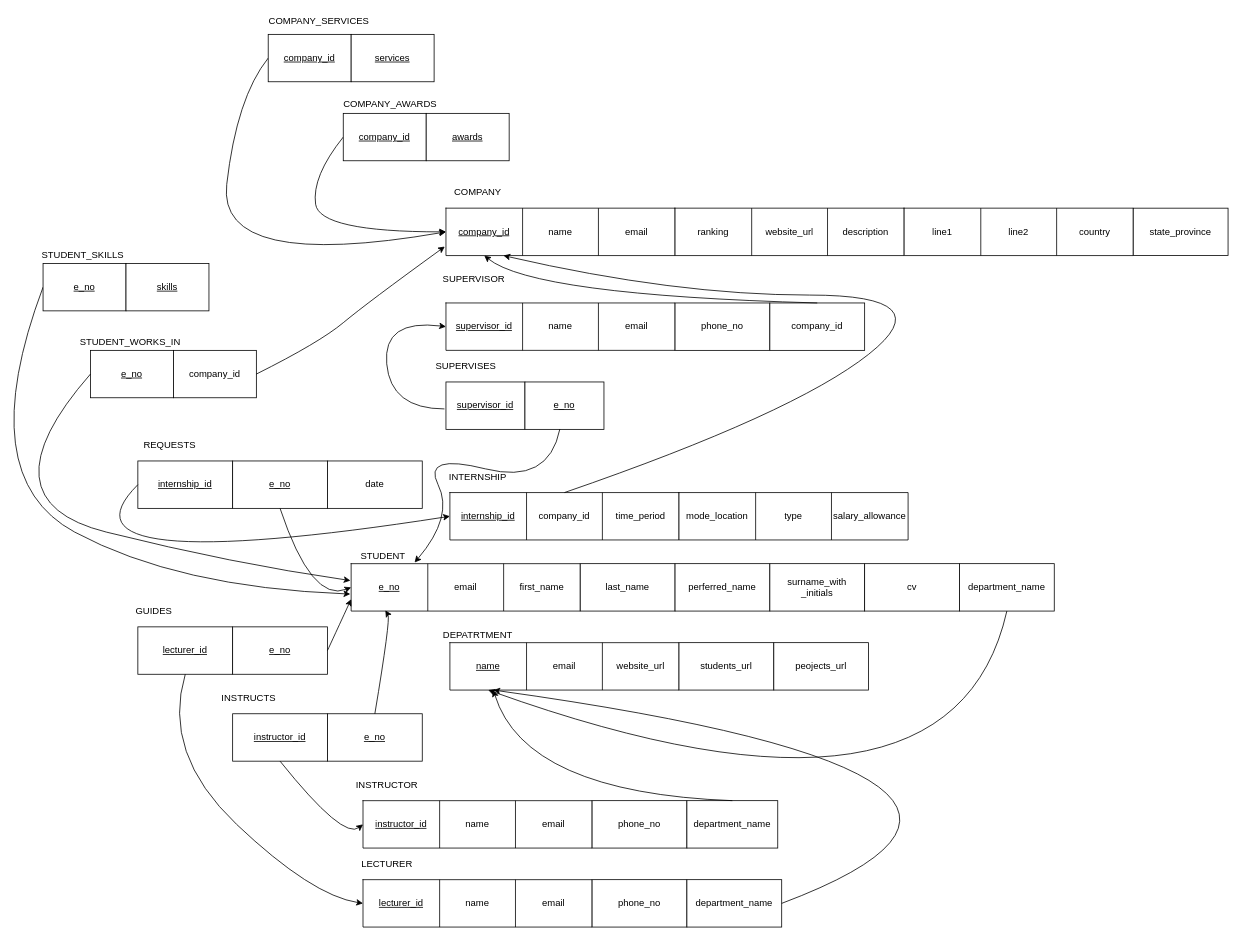
ishanfdo18098/CO226-Database-Project keeps this draw.io diagram as ER Diagram/Relational_schema_diagram.drawio. Above is the earlier version. Source tidied: cells renumbered, new cells numbered last; positions are measured from the earlier drawing's top-left corner, leaving out a move shared by most shapes. Both pictures are drawn from the tidied source at 79%, with x=0, y=0 at pixel (-28, 13).
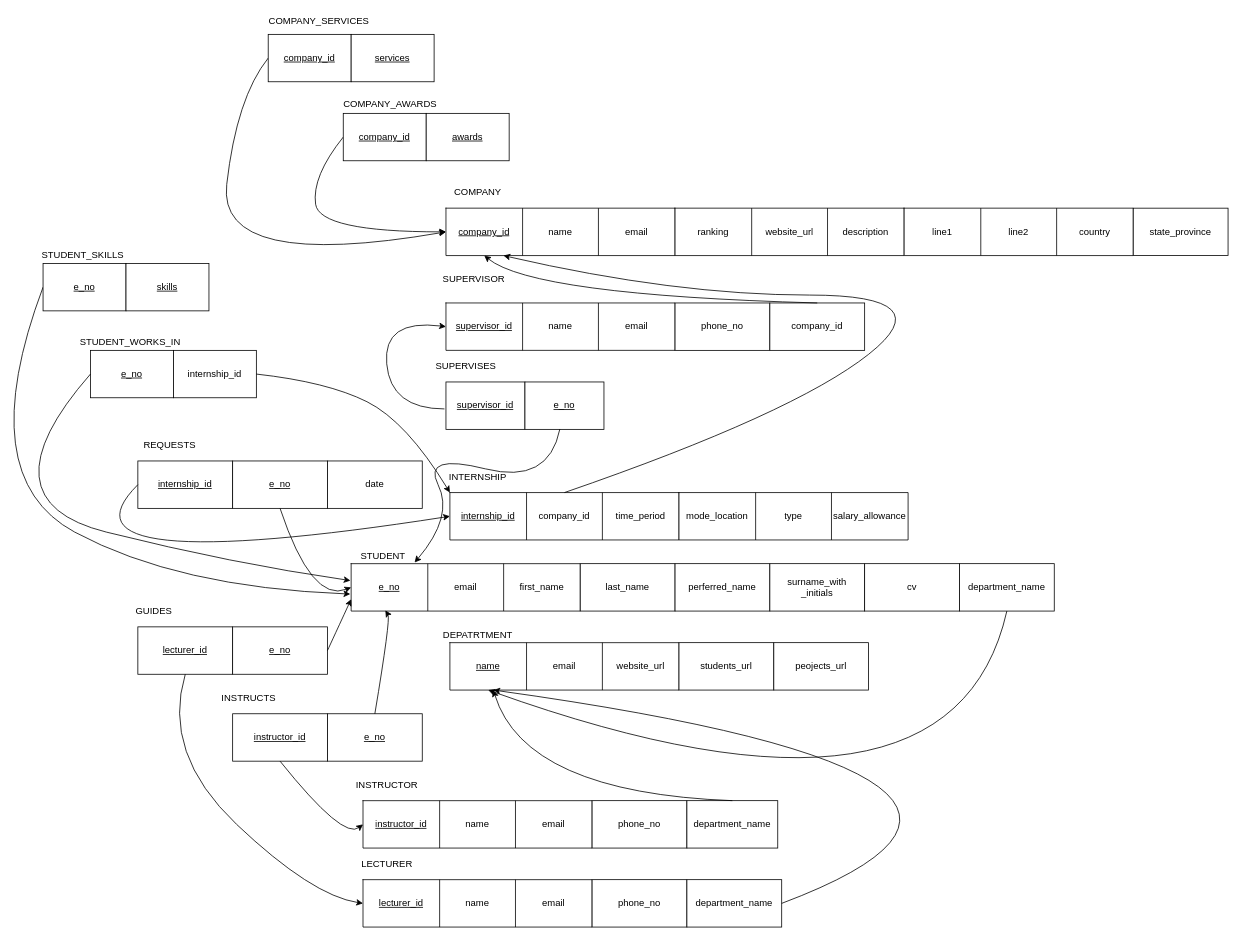
After the change.

Commit message (it also covers changes not shown here):
Fix table name

Unchanged cells that the change refers to:
```xml
<mxCell id="4" value="&lt;u&gt;company_id&lt;/u&gt;" style="shape=partialRectangle;html=1;whiteSpace=wrap;fillColor=none;top=0;left=0;bottom=0;right=0;overflow=hidden;" parent="3" vertex="1">
  <mxGeometry width="97" height="60" as="geometry" />
</mxCell>
<mxCell id="30" value="&lt;u&gt;internship_id&lt;/u&gt;" style="shape=partialRectangle;html=1;whiteSpace=wrap;fillColor=none;top=0;left=0;bottom=0;right=0;overflow=hidden;" parent="29" vertex="1">
  <mxGeometry width="97" height="60" as="geometry" />
</mxCell>
<mxCell id="115" style="group;" parent="1" vertex="1">
  <mxGeometry x="150" y="426" width="210" height="60" as="geometry" />
</mxCell>
```

Change to the diagram source:
```diff
@@
-    <mxCell id="117" value="company_id" style="rounded=0;whiteSpace=wrap;html=1;" parent="115" vertex="1">
+    <mxCell id="117" value="internship_id" style="rounded=0;whiteSpace=wrap;html=1;" parent="115" vertex="1">
       <mxGeometry x="105" width="105" height="60" as="geometry" />
     </mxCell>
@@
-    <mxCell id="119" style="curved=1;endArrow=classic;html=1;rounded=0;exitX=1;exitY=0.5;exitDx=0;exitDy=0;entryX=-0.015;entryY=0.81;entryDx=0;entryDy=0;entryPerimeter=0;" parent="1" edge="1" source="117" target="4">
-      <mxGeometry relative="1" as="geometry">
-        <Array as="points">
-          <mxPoint x="440" y="416" />
-          <mxPoint x="500" y="366" />
-        </Array>
-      </mxGeometry>
-    </mxCell>
+    <mxCell id="120" style="curved=1;endArrow=classic;html=1;rounded=0;exitX=1;exitY=0.5;exitDx=0;exitDy=0;entryX=0;entryY=0;entryDx=0;entryDy=0;" parent="1" edge="1" source="117" target="30">
+      <mxGeometry relative="1" as="geometry">
+        <Array as="points">
+          <mxPoint x="450" y="466" />
+          <mxPoint x="550" y="516" />
+        </Array>
+      </mxGeometry>
+    </mxCell>
```
